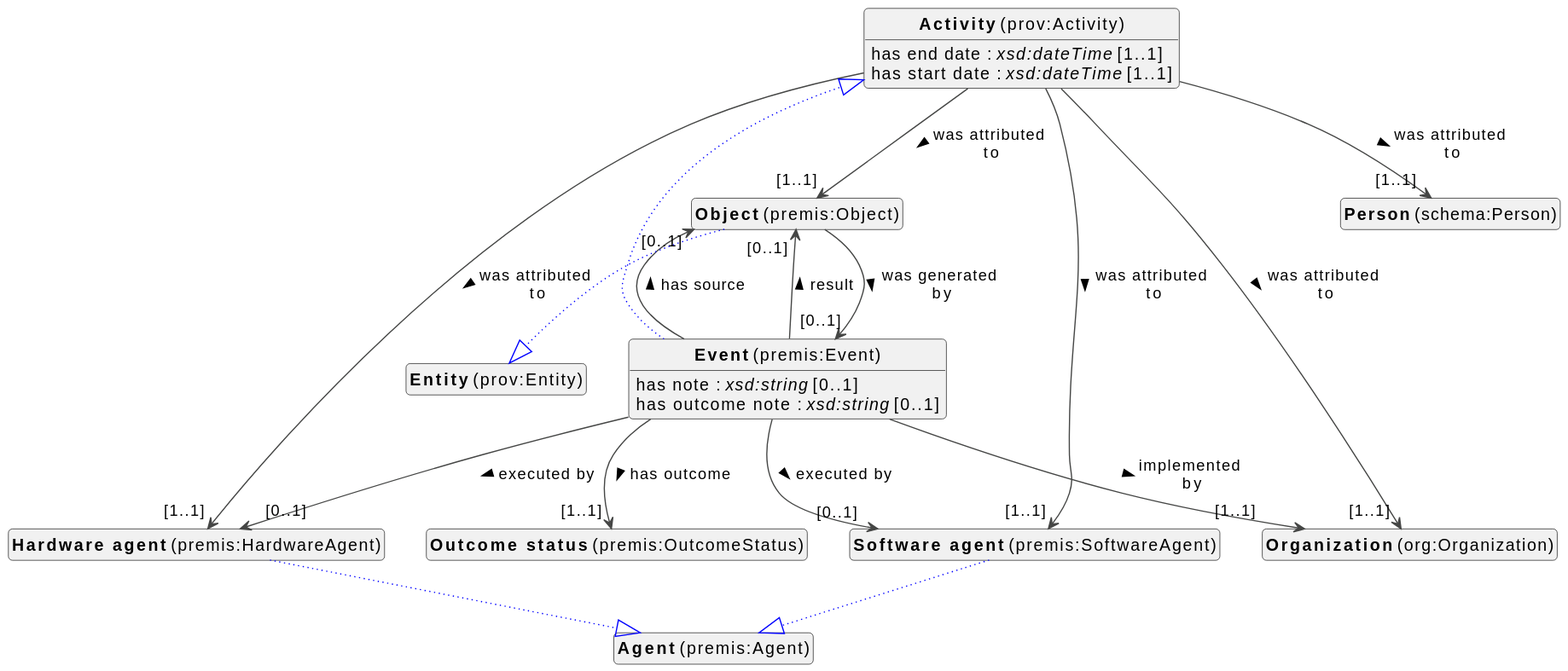
Before: docs/metadata/modellen/events-diagram.svg, a diagram exported from PlantUML (viaacode/documentation-jekyll).
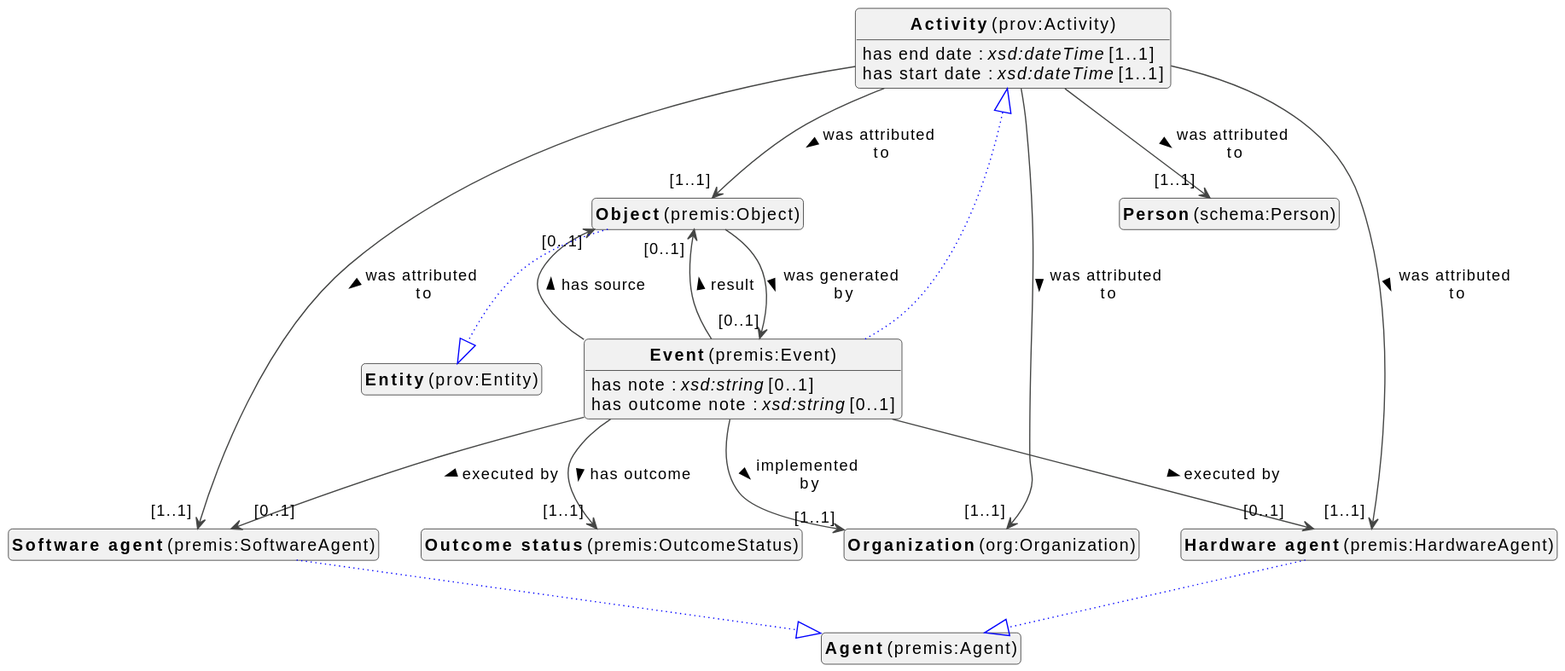
The same file after the commit.

The edit, as a diff of the source:
```diff
@@ -13,12 +13,12 @@
 class "<b>Activity</b> (prov:Activity)" as prov_Activity [[#prov%3AActivity]]
 class "<b>Object</b> (premis:Object)" as premis_Object [[#premis%3AObject]]
 class "<b>Entity</b> (prov:Entity)" as prov_Entity [[#prov%3AEntity]]
+class "<b>Software agent</b> (premis:SoftwareAgent)" as premis_SoftwareAgent [[#premis%3ASoftwareAgent]]
+class "<b>Agent</b> (premis:Agent)" as premis_Agent [[#premis%3AAgent]]
 class "<b>Hardware agent</b> (premis:HardwareAgent)" as premis_HardwareAgent [[#premis%3AHardwareAgent]]
 class "<b>Agent</b> (premis:Agent)" as premis_Agent [[#premis%3AAgent]]
-class "<b>Software agent</b> (premis:SoftwareAgent)" as premis_SoftwareAgent [[#premis%3ASoftwareAgent]]
-class "<b>Agent</b> (premis:Agent)" as premis_Agent [[#premis%3AAgent]]
+class "<b>Outcome status</b> (premis:OutcomeStatus)" as premis_OutcomeStatus [[#premis%3AOutcomeStatus]]
 class "<b>Organization</b> (org:Organization)" as org_Organization [[#org%3AOrganization]]
-class "<b>Outcome status</b> (premis:OutcomeStatus)" as premis_OutcomeStatus [[#premis%3AOutcomeStatus]]
 class "<b>Person</b> (schema:Person)" as schema_Person [[#schema%3APerson]]
 
 
@@ -57,10 +57,10 @@
 
 premis_Object --> "[0..1]" premis_Event : was generated by >
 
-premis_HardwareAgent --|> premis_Agent #blue;line.dotted;text:blue
+premis_SoftwareAgent --|> premis_Agent #blue;line.dotted;text:blue
 
 
-premis_SoftwareAgent --|> premis_Agent #blue;line.dotted;text:blue
+premis_HardwareAgent --|> premis_Agent #blue;line.dotted;text:blue
 
 
 
```
